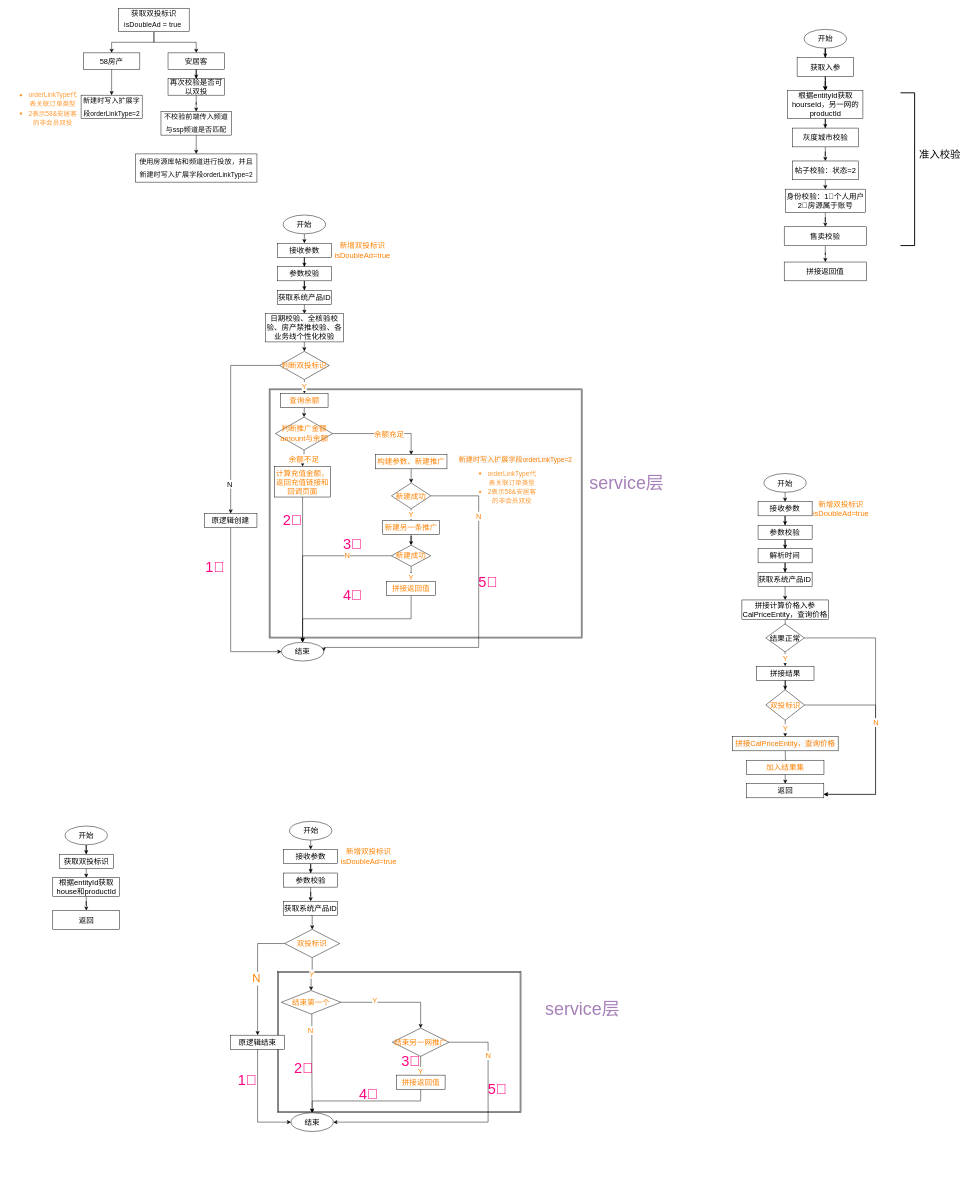
The draw.io diagram Untitled Diagram.drawio in wx141/draw, before the edit. Source tidied: cells renumbered, new cells numbered last; positions are measured from the earlier drawing's top-left corner, leaving out a move shared by most shapes. Both pictures are drawn from the tidied source at 47%, with x=0, y=0 at pixel (8, 8).
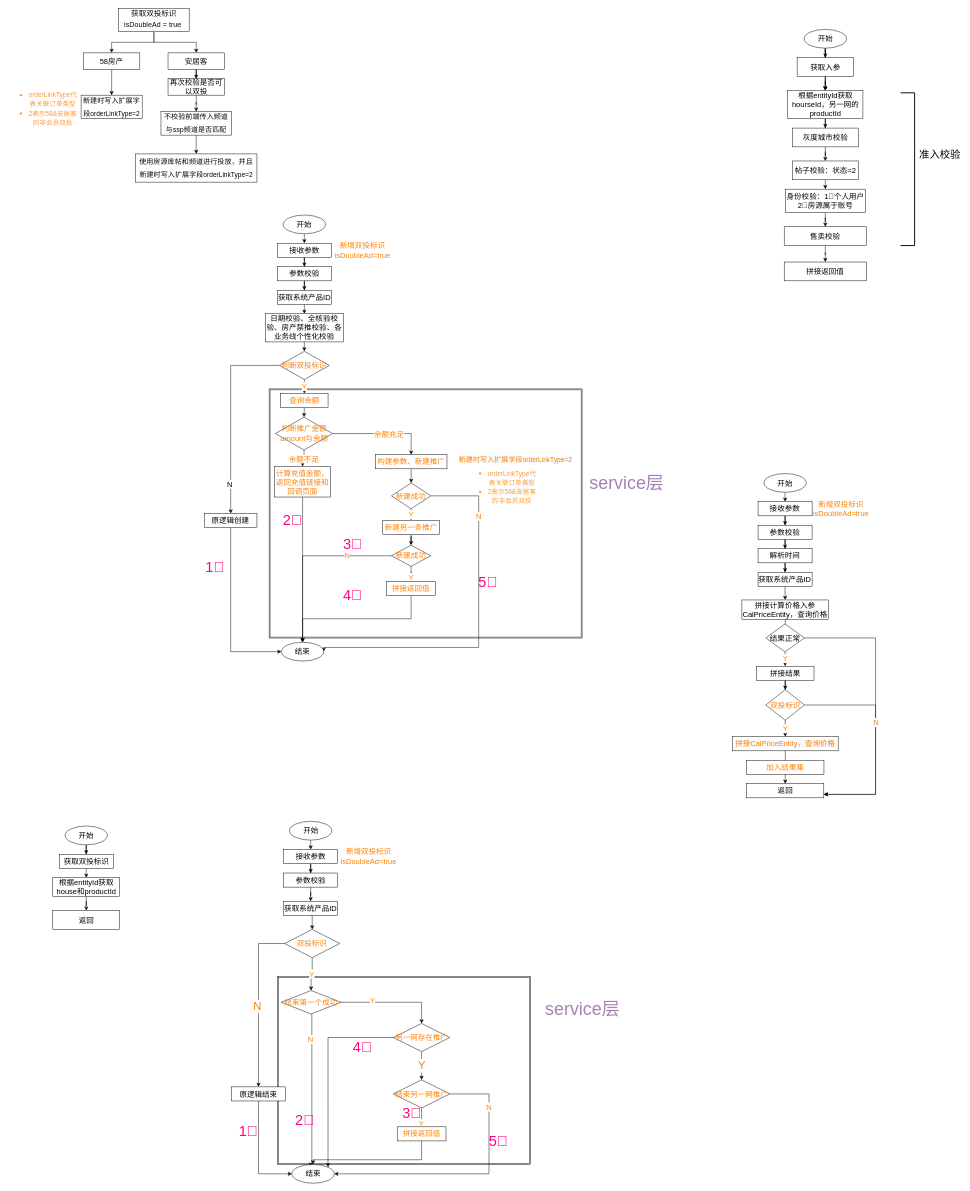
Above is the later version.

Diff of the diagram source:
```diff
@@
     <mxCell id="3" style="shape=ext;double=1;rounded=0;whiteSpace=wrap;html=1;labelBackgroundColor=none;fontSize=24;fontColor=#FF8000;" parent="1" vertex="1">
-      <mxGeometry x="572.6" y="2050" width="518.4" height="300" as="geometry" />
+      <mxGeometry x="573" y="2060" width="538" height="400" as="geometry" />
     </mxCell>
@@
-    <mxCell id="123" style="edgeStyle=orthogonalEdgeStyle;rounded=0;jettySize=auto;html=1;fontSize=16;fontColor=#FF8000;entryX=0.5;entryY=0;entryDx=0;entryDy=0;" parent="1" edge="1" source="125" target="127">
+    <mxCell id="123" style="edgeStyle=orthogonalEdgeStyle;rounded=0;jettySize=auto;html=1;fontSize=16;fontColor=#FF8000;entryX=0.5;entryY=0;entryDx=0;entryDy=0;" parent="1" edge="1" source="125" target="153">
       <mxGeometry relative="1" as="geometry" />
     </mxCell>
@@
-    <mxCell id="125" value="结束第一个" style="rhombus;whiteSpace=wrap;html=1;rounded=0;fontSize=16;fontColor=#FF8000;" parent="1" vertex="1">
+    <mxCell id="125" value="结束第一个成功" style="rhombus;whiteSpace=wrap;html=1;rounded=0;fontSize=16;fontColor=#FF8000;" parent="1" vertex="1">
       <mxGeometry x="581" y="2090" width="126.8" height="50" as="geometry" />
     </mxCell>
     <mxCell id="126" value="N" style="edgeStyle=orthogonalEdgeStyle;rounded=0;jettySize=auto;html=1;exitX=1;exitY=0.5;exitDx=0;exitDy=0;entryX=1;entryY=0.5;entryDx=0;entryDy=0;fontSize=16;fontColor=#FF8000;" parent="1" edge="1" source="127" target="128">
       <mxGeometry x="-0.62" relative="1" as="geometry">
         <Array as="points">
-          <mxPoint x="1021" y="2200" />
-          <mxPoint x="1021" y="2370" />
+          <mxPoint x="1022.9" y="2310" />
+          <mxPoint x="1022.9" y="2480" />
         </Array>
       </mxGeometry>
     </mxCell>
     <mxCell id="127" value="结束另一网推广" style="rhombus;whiteSpace=wrap;html=1;rounded=0;fontSize=16;fontColor=#FF8000;" parent="1" vertex="1">
-      <mxGeometry x="817.5" y="2170" width="120" height="60" as="geometry" />
+      <mxGeometry x="819.5" y="2280" width="120" height="60" as="geometry" />
     </mxCell>
     <mxCell id="128" value="结束" style="ellipse;whiteSpace=wrap;html=1;fontSize=16;fontColor=#000000;" parent="1" vertex="1">
-      <mxGeometry x="601.7" y="2350" width="90" height="40" as="geometry" />
+      <mxGeometry x="603.6" y="2460" width="90" height="40" as="geometry" />
     </mxCell>
@@
     <mxCell id="131" style="edgeStyle=orthogonalEdgeStyle;rounded=0;jettySize=auto;html=1;exitX=0.5;exitY=1;exitDx=0;exitDy=0;entryX=0.5;entryY=0;entryDx=0;entryDy=0;fontSize=16;fontColor=#FF8000;" parent="1" edge="1" source="132" target="128">
-      <mxGeometry relative="1" as="geometry" />
+      <mxGeometry relative="1" as="geometry">
+        <Array as="points">
+          <mxPoint x="880" y="2450" />
+          <mxPoint x="649" y="2450" />
+        </Array>
+      </mxGeometry>
     </mxCell>
     <mxCell id="132" value="拼接返回值" style="whiteSpace=wrap;html=1;rounded=0;fontSize=16;fontColor=#FF8000;" parent="1" vertex="1">
-      <mxGeometry x="825.7" y="2270" width="103.8" height="30" as="geometry" />
+      <mxGeometry x="827.6" y="2380" width="103.8" height="30" as="geometry" />
     </mxCell>
     <mxCell id="133" value="1⃣️" style="text;html=1;strokeColor=none;fillColor=none;align=center;verticalAlign=middle;whiteSpace=wrap;rounded=0;fontSize=31;fontColor=#FF0080;" parent="1" vertex="1">
-      <mxGeometry x="489.2" y="2270" width="40" height="20" as="geometry" />
+      <mxGeometry x="491.2" y="2380" width="40" height="20" as="geometry" />
     </mxCell>
     <mxCell id="134" value="2⃣️" style="text;html=1;strokeColor=none;fillColor=none;align=center;verticalAlign=middle;whiteSpace=wrap;rounded=0;fontSize=31;fontColor=#FF0080;" parent="1" vertex="1">
-      <mxGeometry x="609.4" y="2245" width="40" height="20" as="geometry" />
+      <mxGeometry x="611.3" y="2355" width="40" height="20" as="geometry" />
     </mxCell>
     <mxCell id="135" value="3⃣️" style="text;html=1;strokeColor=none;fillColor=none;align=center;verticalAlign=middle;whiteSpace=wrap;rounded=0;fontSize=31;fontColor=#FF0080;" parent="1" vertex="1">
-      <mxGeometry x="837.2" y="2230" width="40" height="20" as="geometry" />
+      <mxGeometry x="839.2" y="2340" width="40" height="20" as="geometry" />
     </mxCell>
     <mxCell id="136" value="4⃣️" style="text;html=1;strokeColor=none;fillColor=none;align=center;verticalAlign=middle;whiteSpace=wrap;rounded=0;fontSize=31;fontColor=#FF0080;" parent="1" vertex="1">
-      <mxGeometry x="747" y="2300" width="40" height="20" as="geometry" />
+      <mxGeometry x="733.5" y="2200" width="40" height="20" as="geometry" />
     </mxCell>
     <mxCell id="137" value="5⃣️" style="text;html=1;strokeColor=none;fillColor=none;align=center;verticalAlign=middle;whiteSpace=wrap;rounded=0;fontSize=31;fontColor=#FF0080;" parent="1" vertex="1">
-      <mxGeometry x="1021" y="2290" width="40" height="20" as="geometry" />
+      <mxGeometry x="1022.9" y="2400" width="40" height="20" as="geometry" />
     </mxCell>
@@
     <mxCell id="149" value="原逻辑结束" style="rounded=0;whiteSpace=wrap;html=1;fontSize=16;fontColor=#000000;" parent="1" vertex="1">
-      <mxGeometry x="473.1" y="2185" width="115" height="30" as="geometry" />
+      <mxGeometry x="475" y="2295" width="115" height="30" as="geometry" />
     </mxCell>
@@
+    <mxCell id="151" value="Y" style="edgeStyle=orthogonalEdgeStyle;rounded=0;jettySize=auto;html=1;exitX=0.5;exitY=1;exitDx=0;exitDy=0;entryX=0.5;entryY=0;entryDx=0;entryDy=0;fontSize=24;fontColor=#FF8000;" parent="1" edge="1" source="153" target="127">
+      <mxGeometry relative="1" as="geometry" />
+    </mxCell>
+    <mxCell id="152" style="edgeStyle=orthogonalEdgeStyle;rounded=0;jettySize=auto;html=1;exitX=0;exitY=0.5;exitDx=0;exitDy=0;entryX=1;entryY=0;entryDx=0;entryDy=0;fontSize=24;fontColor=#FF8000;" parent="1" edge="1" source="153" target="128">
+      <mxGeometry relative="1" as="geometry">
+        <Array as="points">
+          <mxPoint x="681" y="2190" />
+        </Array>
+      </mxGeometry>
+    </mxCell>
+    <mxCell id="153" value="另一网存在推广" style="rhombus;whiteSpace=wrap;html=1;rounded=0;fontSize=16;fontColor=#FF8000;" parent="1" vertex="1">
+      <mxGeometry x="819.5" y="2160" width="120" height="60" as="geometry" />
+    </mxCell>
```
